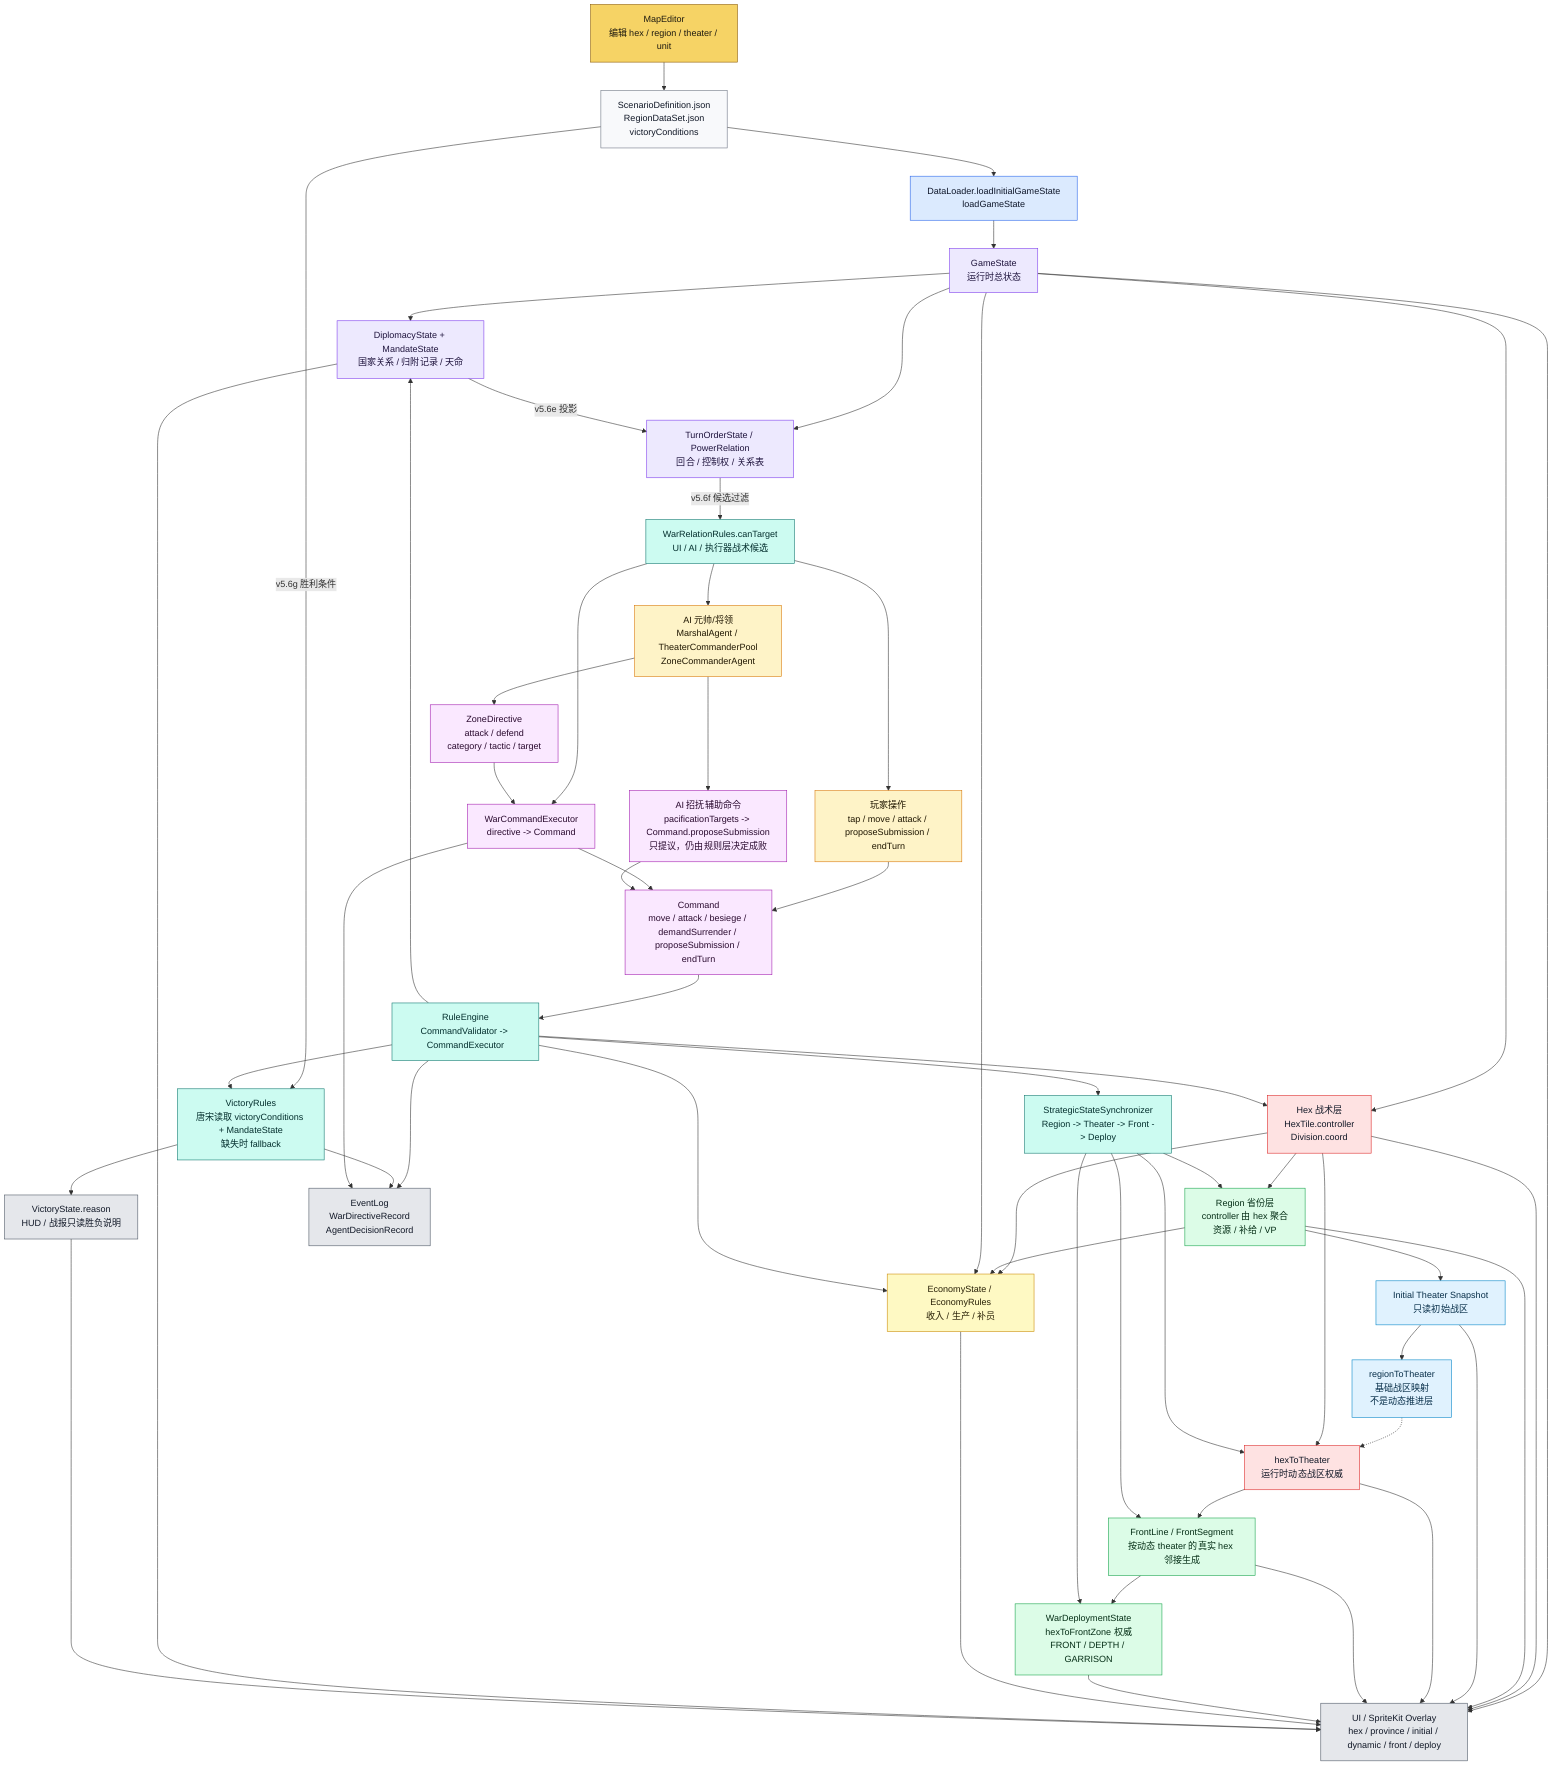
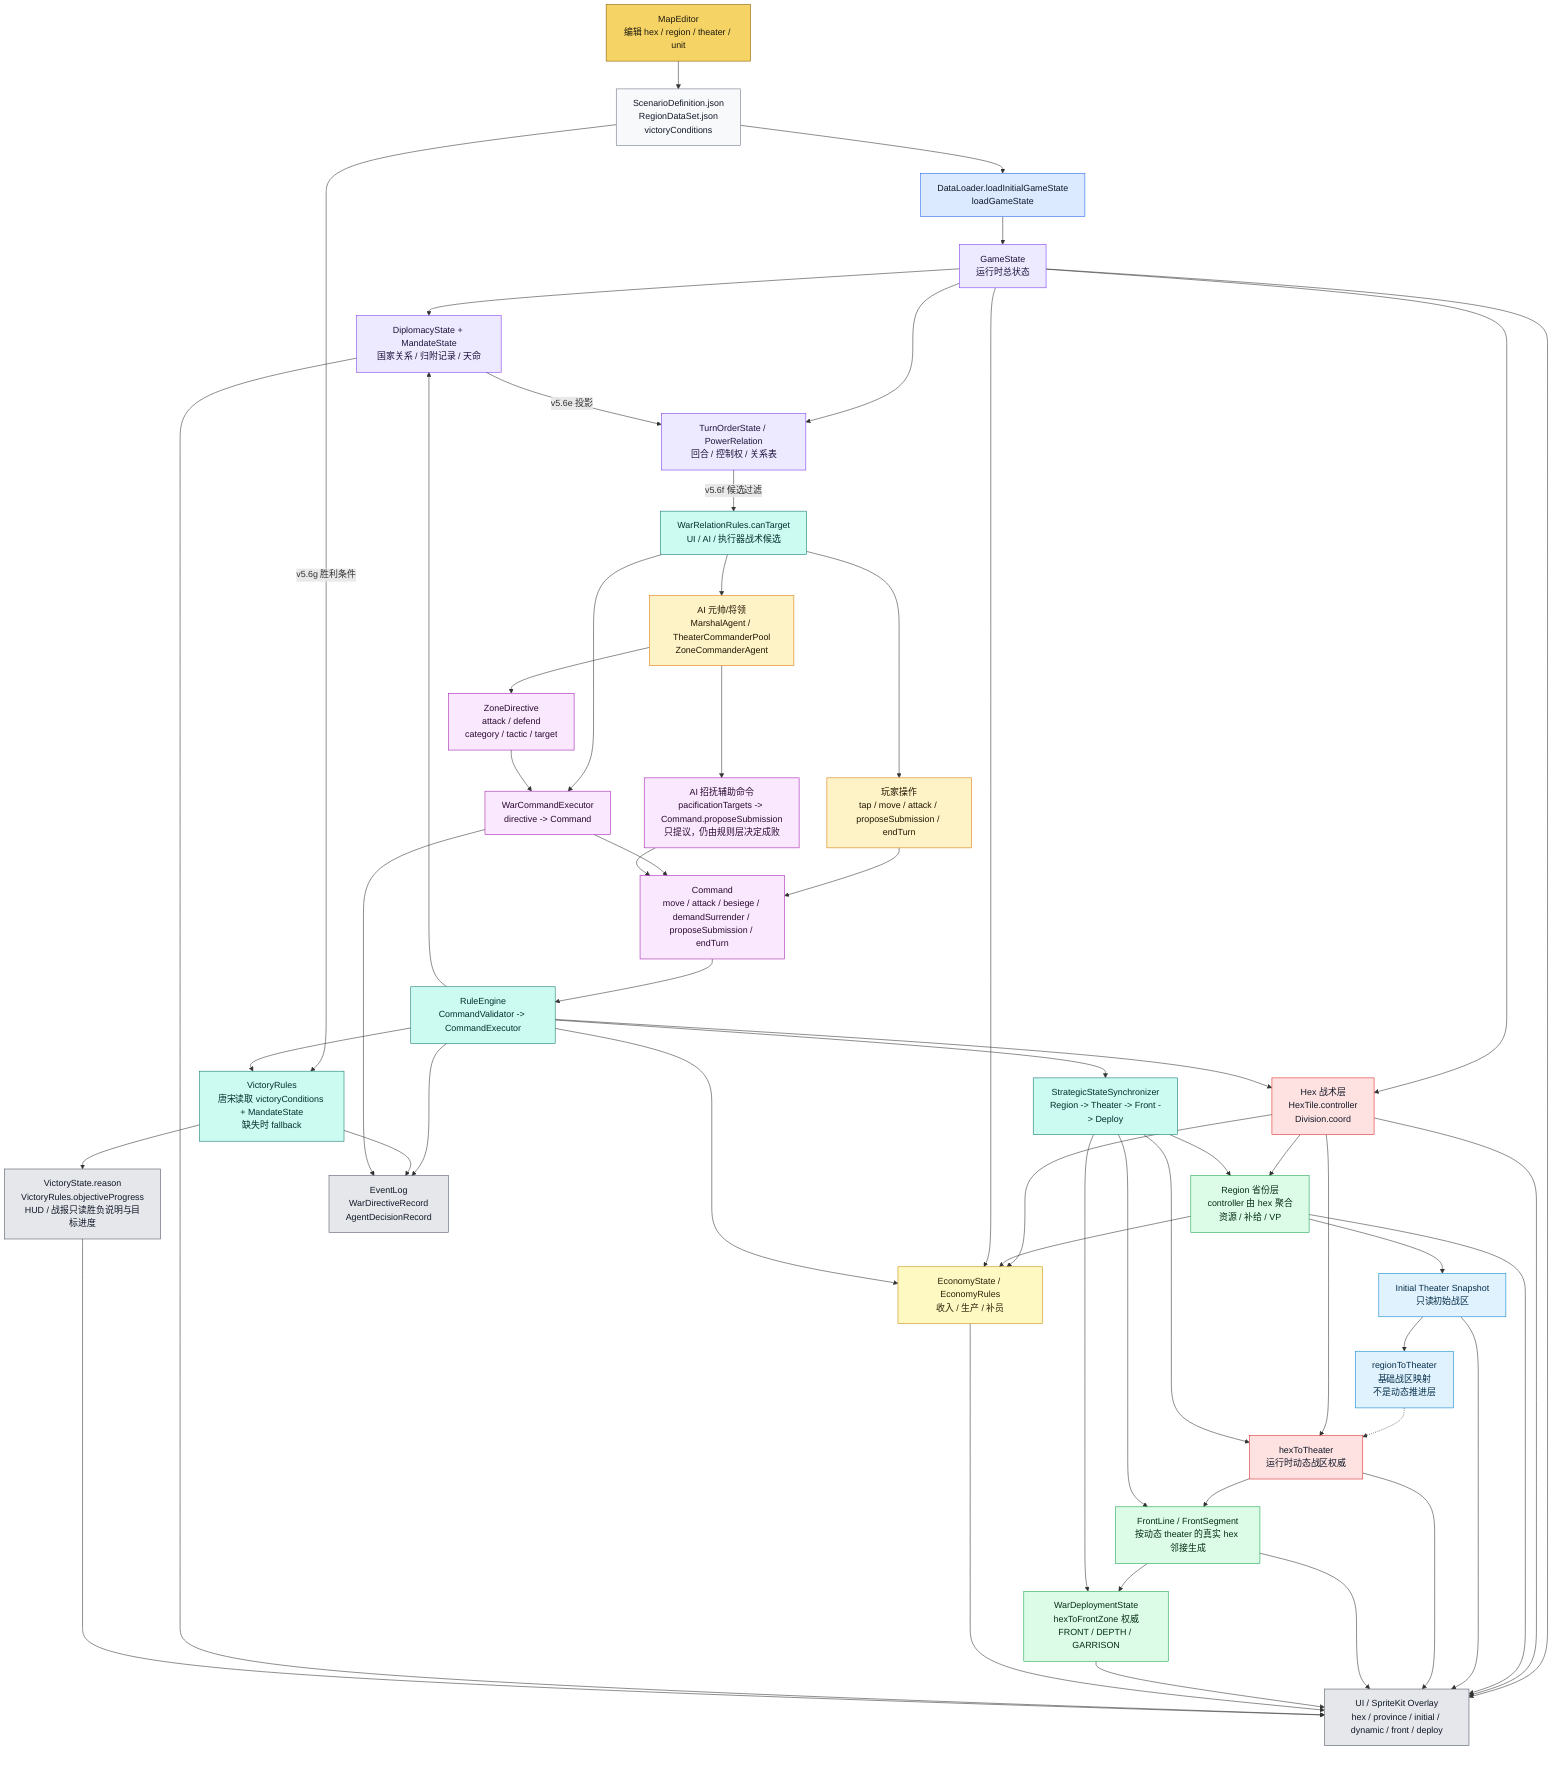
flowchart TD
    ME["MapEditor<br/>编辑 hex / region / theater / unit"]:::editor
    JSON["ScenarioDefinition.json<br/>RegionDataSet.json<br/>victoryConditions"]:::data
    DL["DataLoader.loadInitialGameState<br/>loadGameState"]:::loader
    GS["GameState<br/>运行时总状态"]:::state

    HEX["Hex 战术层<br/>HexTile.controller<br/>Division.coord"]:::authority
    REGION["Region 省份层<br/>controller 由 hex 聚合<br/>资源 / 补给 / VP"]:::derived
    INIT["Initial Theater Snapshot<br/>只读初始战区"]:::snapshot
    R2T["regionToTheater<br/>基础战区映射<br/>不是动态推进层"]:::snapshot
    H2T["hexToTheater<br/>运行时动态战区权威"]:::authority
    FRONT["FrontLine / FrontSegment<br/>按动态 theater 的真实 hex 邻接生成"]:::derived
    DEPLOY["WarDeploymentState<br/>hexToFrontZone 权威<br/>FRONT / DEPTH / GARRISON"]:::derived
    ECO["EconomyState / EconomyRules<br/>收入 / 生产 / 补员"]:::economy
    DIP["DiplomacyState + MandateState<br/>国家关系 / 归附记录 / 天命"]:::state
    TURN["TurnOrderState / PowerRelation<br/>回合 / 控制权 / 关系表"]:::state
    RELCAND["WarRelationRules.canTarget<br/>UI / AI / 执行器战术候选"]:::rules
    VICT["VictoryRules<br/>唐宋读取 victoryConditions + MandateState<br/>缺失时 fallback"]:::rules
-     VICTEXT["VictoryState.reason<br/>HUD / 战报只读胜负说明"]:::ui
+     VICTEXT["VictoryState.reason<br/>VictoryRules.objectiveProgress<br/>HUD / 战报只读胜负说明与目标进度"]:::ui

    PLAYER["玩家操作<br/>tap / move / attack / proposeSubmission / endTurn"]:::input
    AI["AI 元帅/将领<br/>MarshalAgent / TheaterCommanderPool<br/>ZoneCommanderAgent"]:::input
    AIPAC["AI 招抚辅助命令<br/>pacificationTargets -> Command.proposeSubmission<br/>只提议，仍由规则层决定成败"]:::command
    ZD["ZoneDirective<br/>attack / defend<br/>category / tactic / target"]:::command
    WCE["WarCommandExecutor<br/>directive -> Command"]:::command
    CMD["Command<br/>move / attack / besiege / demandSurrender / proposeSubmission / endTurn"]:::command
    RE["RuleEngine<br/>CommandValidator -> CommandExecutor"]:::rules
    SYNC["StrategicStateSynchronizer<br/>Region -> Theater -> Front -> Deploy"]:::rules

    UI["UI / SpriteKit Overlay<br/>hex / province / initial / dynamic / front / deploy"]:::ui
    LOG["EventLog<br/>WarDirectiveRecord<br/>AgentDecisionRecord"]:::ui

    ME --> JSON --> DL --> GS
    GS --> HEX
    HEX --> REGION
    HEX --> ECO
    REGION --> ECO
    REGION --> INIT
    INIT --> R2T
    R2T -.-> H2T
    HEX --> H2T
    H2T --> FRONT --> DEPLOY
    GS --> ECO
    GS --> DIP
    GS --> TURN
    DIP -->|v5.6e 投影| TURN
    TURN -->|v5.6f 候选过滤| RELCAND
    JSON -->|v5.6g 胜利条件| VICT

    PLAYER --> CMD
    RELCAND --> PLAYER
    RELCAND --> AI
    RELCAND --> WCE
    AI --> ZD --> WCE --> CMD
    AI --> AIPAC --> CMD
    CMD --> RE --> HEX
    RE --> ECO
    RE --> DIP
    RE --> VICT
    RE --> SYNC
    SYNC --> REGION
    SYNC --> H2T
    SYNC --> FRONT
    SYNC --> DEPLOY

    GS --> UI
    HEX --> UI
    REGION --> UI
    INIT --> UI
    H2T --> UI
    FRONT --> UI
    DEPLOY --> UI
    ECO --> UI
    DIP --> UI
    VICT --> VICTEXT --> UI
    RE --> LOG
    VICT --> LOG
    WCE --> LOG

    classDef editor fill:#f6d365,stroke:#8a5a00,color:#1f1b10
    classDef data fill:#f8f9fb,stroke:#6b7280,color:#111827
    classDef loader fill:#dbeafe,stroke:#2563eb,color:#0f172a
    classDef state fill:#ede9fe,stroke:#7c3aed,color:#1f143d
    classDef authority fill:#fee2e2,stroke:#dc2626,color:#111827
    classDef derived fill:#dcfce7,stroke:#16a34a,color:#052e16
    classDef snapshot fill:#e0f2fe,stroke:#0284c7,color:#082f49
    classDef input fill:#fef3c7,stroke:#d97706,color:#1f1600
    classDef economy fill:#fef9c3,stroke:#ca8a04,color:#292107
    classDef command fill:#fae8ff,stroke:#a21caf,color:#2a0a2f
    classDef rules fill:#ccfbf1,stroke:#0f766e,color:#042f2e
    classDef ui fill:#e5e7eb,stroke:#4b5563,color:#111827
